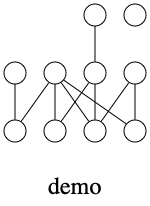
This is show_demo.png from udothemath/cs224w_graph, a Graphviz export, as it was before one commit. Its source is kept beside it as show_demo.dot.
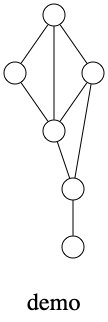
The same diagram one commit later.

Change to the diagram source:
```diff
@@ -11,20 +11,13 @@
   3 ;
   4 ;
   5 ;
-  6 ;
-  7 ;
-  8 ;
-  9 ;
-  0 -- 4;
-  0 -- 6;
-  0 -- 7;
-  0 -- 9;
+  0 -- 1;
+  0 -- 2;
+  0 -- 3;
   1 -- 3;
-  2 -- 4;
-  3 -- 6;
-  3 -- 7;
-  5 -- 7;
-  5 -- 9;
-8;
+  1 -- 4;
+  2 -- 3;
+  3 -- 4;
+  4 -- 5;
   label = "\ndemo\n";  fontsize=24;
 }
```
